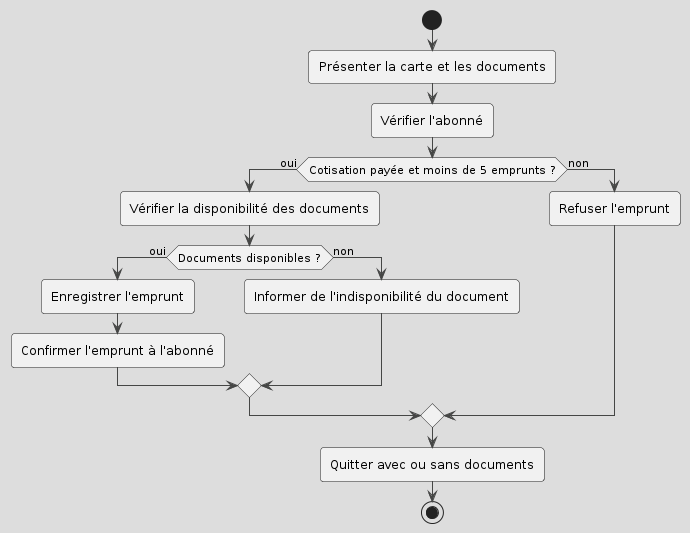
The PlantUML diagram asset/diagramme_activite.png in clemence95/CDA24178, before a commit.
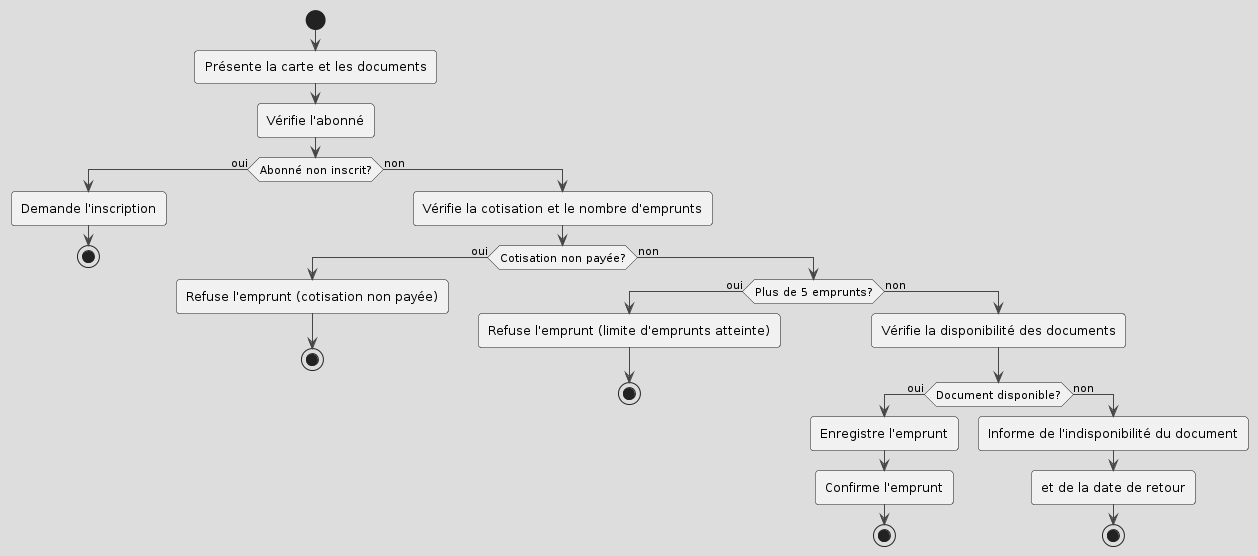
After the change.

What changed in the source:
```diff
@@ -2,23 +2,32 @@
 !theme toy
 
 start
-
-:Présenter la carte et les documents;
-
-:Vérifier l'abonné;
-if (Cotisation payée et moins de 5 emprunts ?) then (oui)
-    :Vérifier la disponibilité des documents;
-    if (Documents disponibles ?) then (oui)
-        :Enregistrer l'emprunt;
-        :Confirmer l'emprunt à l'abonné;
+:Présente la carte et les documents;
+:Vérifie l'abonné;
+if (Abonné non inscrit?) then (oui)
+  :Demande l'inscription;
+  stop
+else (non)
+  :Vérifie la cotisation et le nombre d'emprunts;
+  if (Cotisation non payée?) then (oui)
+    :Refuse l'emprunt (cotisation non payée);
+    stop
+  else (non)
+    if (Plus de 5 emprunts?) then (oui)
+      :Refuse l'emprunt (limite d'emprunts atteinte);
+      stop
     else (non)
-        :Informer de l'indisponibilité du document;
+      :Vérifie la disponibilité des documents;
+      if (Document disponible?) then (oui)
+        :Enregistre l'emprunt;
+        :Confirme l'emprunt;
+        stop
+      else (non)
+        :Informe de l'indisponibilité du document;
+        :et de la date de retour;
+        stop
+      endif
     endif
-else (non)
-    :Refuser l'emprunt;
+  endif
 endif
-
-:Quitter avec ou sans documents;
-
-stop
 @enduml
```
